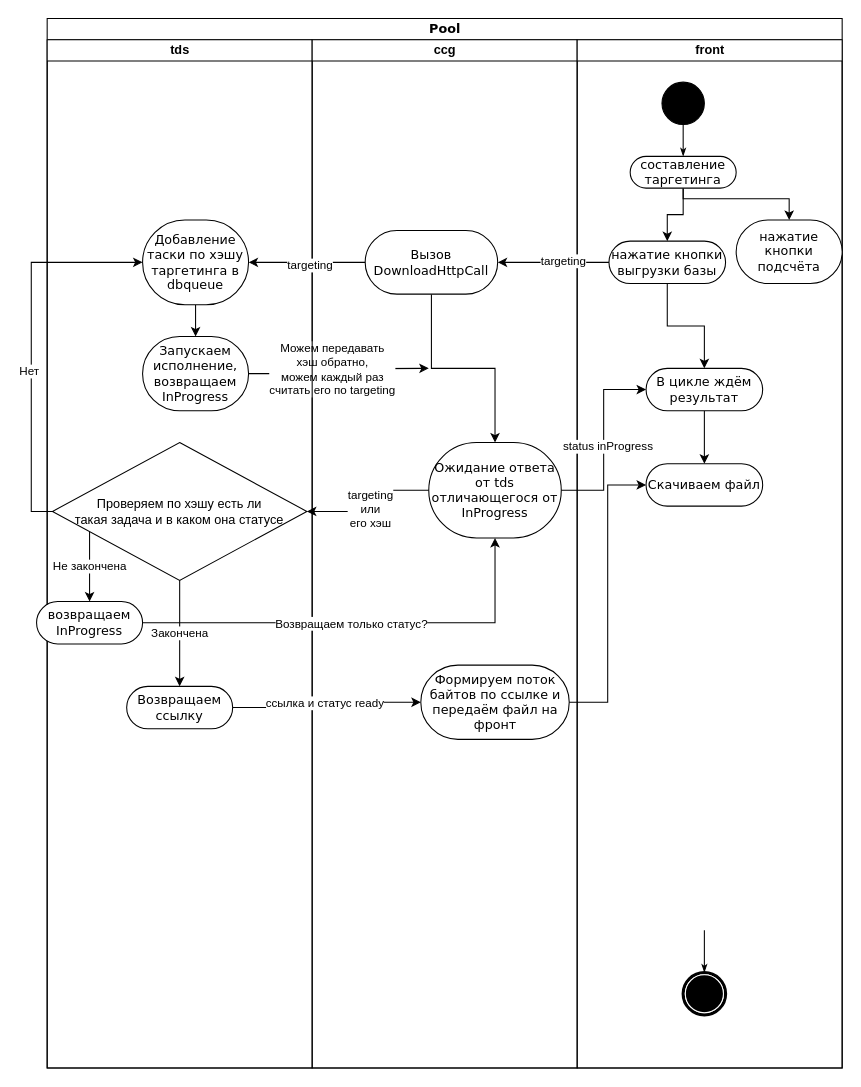
agatiks/generation keeps this draw.io diagram as Диаграмма без названия.drawio. Above is the earlier version. Source tidied: cells renumbered, new cells numbered last; positions are measured from the earlier drawing's top-left corner, leaving out a move shared by most shapes. Both pictures are drawn from the tidied source at 106%, with x=0, y=0 at pixel (36, 18).
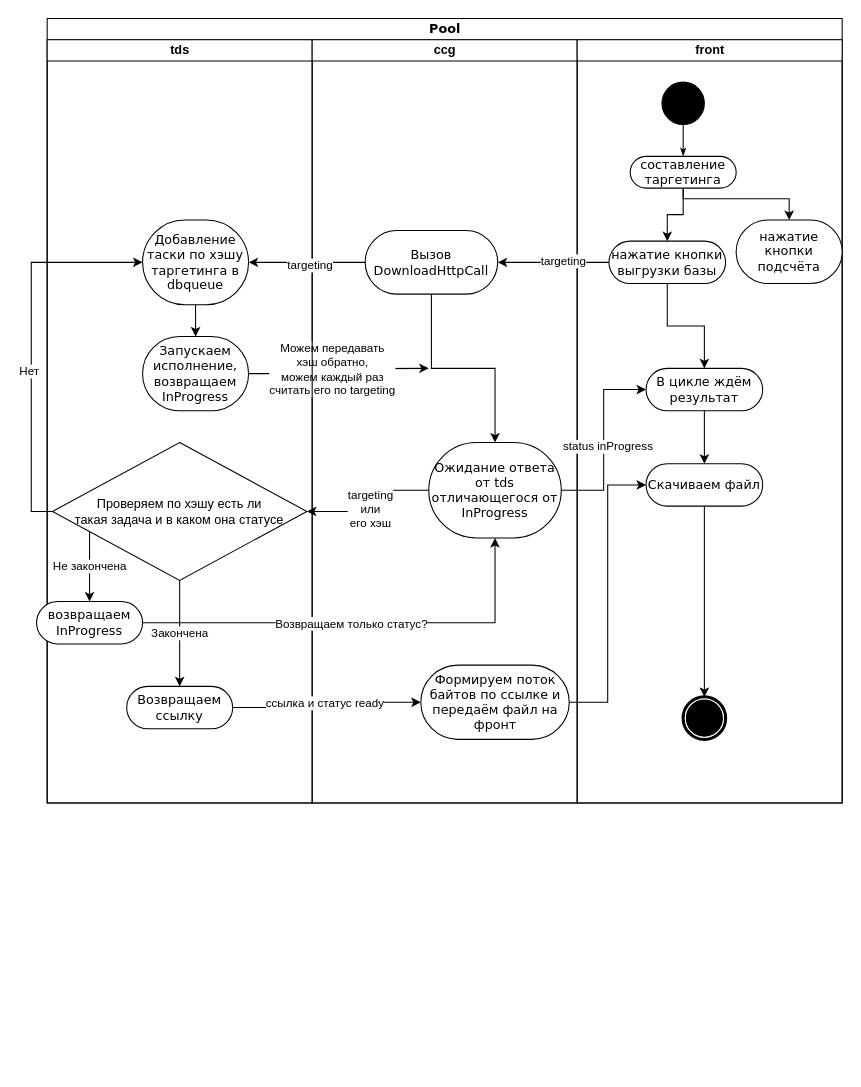
After the change.

Unchanged cells that the change refers to:
```xml
<mxCell id="34" value="Скачиваем файл" style="rounded=1;whiteSpace=wrap;html=1;shadow=0;comic=0;labelBackgroundColor=none;strokeWidth=1;fontFamily=Verdana;fontSize=12;align=center;arcSize=50;" parent="21" vertex="1">
  <mxGeometry x="65" y="400" width="110" height="40" as="geometry" />
</mxCell>
```

Change to the diagram source:
```diff
@@
     <mxCell id="2" value="Pool" style="swimlane;html=1;startSize=20;rounded=0;shadow=0;comic=0;labelBackgroundColor=none;strokeWidth=1;fontFamily=Verdana;fontSize=12;align=center;" parent="1" vertex="1">
-      <mxGeometry x="10" width="750" height="990" as="geometry" />
+      <mxGeometry x="10" width="750" height="740" as="geometry" />
     </mxCell>
     <mxCell id="3" value="tds" style="swimlane;html=1;startSize=20;" parent="2" vertex="1">
-      <mxGeometry y="20" width="250" height="970" as="geometry" />
+      <mxGeometry y="20" width="250" height="720" as="geometry" />
     </mxCell>
@@
     <mxCell id="16" value="ccg" style="swimlane;html=1;startSize=20;" parent="2" vertex="1">
-      <mxGeometry x="250" y="20" width="250" height="970" as="geometry" />
+      <mxGeometry x="250" y="20" width="250" height="720" as="geometry" />
     </mxCell>
@@
     <mxCell id="21" value="front" style="swimlane;html=1;startSize=20;" parent="2" vertex="1">
-      <mxGeometry x="500" y="20" width="250" height="970" as="geometry" />
+      <mxGeometry x="500" y="20" width="250" height="720" as="geometry" />
     </mxCell>
@@
-    <mxCell id="27" style="edgeStyle=none;rounded=0;html=1;labelBackgroundColor=none;startArrow=none;startFill=0;startSize=5;endArrow=classicThin;endFill=1;endSize=5;jettySize=auto;strokeWidth=1;fontFamily=Verdana;fontSize=12;" parent="21" edge="1" target="28">
-      <mxGeometry relative="1" as="geometry">
-        <mxPoint x="120" y="840" as="sourcePoint" />
-      </mxGeometry>
-    </mxCell>
     <mxCell id="28" style="shape=mxgraph.bpmn.shape;html=1;verticalLabelPosition=bottom;labelBackgroundColor=#ffffff;verticalAlign=top;perimeter=ellipsePerimeter;outline=end;symbol=terminate;rounded=0;shadow=0;comic=0;strokeWidth=1;fontFamily=Verdana;fontSize=12;align=center;" parent="21" vertex="1">
-      <mxGeometry x="100" y="880" width="40" height="40" as="geometry" />
+      <mxGeometry x="100" y="620" width="40" height="40" as="geometry" />
     </mxCell>
@@
+    <mxCell id="48" style="edgeStyle=orthogonalEdgeStyle;rounded=0;jettySize=auto;html=1;" parent="21" edge="1" source="34" target="28">
+      <mxGeometry relative="1" as="geometry" />
+    </mxCell>
```
